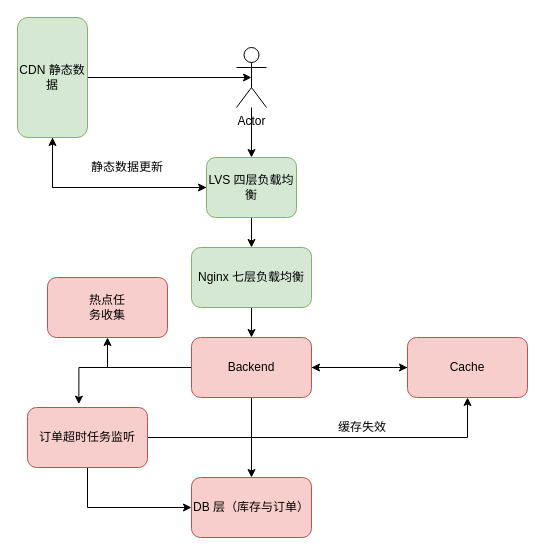
Before: 未命名绘图.drawio in TensShinet/AjaxToDo, a draw.io diagram. Source tidied: cells renumbered, new cells numbered last; positions are measured from the earlier drawing's top-left corner, leaving out a move shared by most shapes. Both pictures are drawn from the tidied source at 100%, with x=0, y=0 at pixel (17, 17).
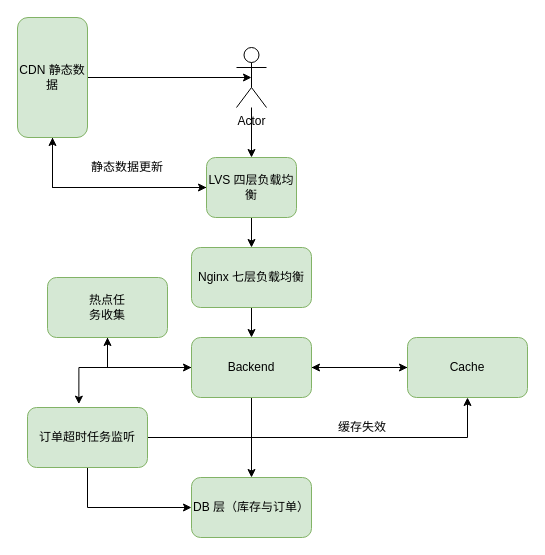
The same diagram, later.

Commit message (it also covers changes not shown here):
更新未命名绘图.drawio

Diff of the diagram source:
```diff
@@
-    <mxCell id="16" value="Backend" style="rounded=1;whiteSpace=wrap;html=1;fillColor=#f8cecc;strokeColor=#b85450;" parent="1" vertex="1">
+    <mxCell id="16" value="Backend" style="rounded=1;whiteSpace=wrap;html=1;fillColor=#d5e8d4;strokeColor=#82b366;" parent="1" vertex="1">
       <mxGeometry x="174" y="320" width="120" height="60" as="geometry" />
     </mxCell>
@@
-    <mxCell id="19" value="Cache" style="rounded=1;whiteSpace=wrap;html=1;fillColor=#f8cecc;strokeColor=#b85450;" parent="1" vertex="1">
+    <mxCell id="19" value="Cache" style="rounded=1;whiteSpace=wrap;html=1;fillColor=#d5e8d4;strokeColor=#82b366;" parent="1" vertex="1">
       <mxGeometry x="390" y="320" width="120" height="60" as="geometry" />
     </mxCell>
-    <mxCell id="20" value="DB 层（库存与订单）" style="rounded=1;whiteSpace=wrap;html=1;fillColor=#f8cecc;strokeColor=#b85450;" parent="1" vertex="1">
+    <mxCell id="20" value="DB 层（库存与订单）" style="rounded=1;whiteSpace=wrap;html=1;fillColor=#d5e8d4;strokeColor=#82b366;" parent="1" vertex="1">
       <mxGeometry x="174" y="460" width="120" height="60" as="geometry" />
     </mxCell>
@@
-    <mxCell id="23" value="订单超时任务监听" style="rounded=1;whiteSpace=wrap;html=1;fillColor=#f8cecc;strokeColor=#b85450;" parent="1" vertex="1">
+    <mxCell id="23" value="订单超时任务监听" style="rounded=1;whiteSpace=wrap;html=1;fillColor=#d5e8d4;strokeColor=#82b366;" parent="1" vertex="1">
       <mxGeometry x="10" y="390" width="120" height="60" as="geometry" />
     </mxCell>
@@
+    <mxCell id="27" style="edgeStyle=orthogonalEdgeStyle;rounded=0;jettySize=auto;html=1;exitX=0.5;exitY=1;exitDx=0;exitDy=0;entryX=0;entryY=0.5;entryDx=0;entryDy=0;" parent="1" edge="1" source="25" target="16">
+      <mxGeometry relative="1" as="geometry" />
+    </mxCell>
-    <mxCell id="25" style="rounded=1;whiteSpace=wrap;html=1;fillColor=#f8cecc;strokeColor=#b85450;" parent="1" vertex="1">
+    <mxCell id="25" style="rounded=1;whiteSpace=wrap;html=1;fillColor=#d5e8d4;strokeColor=#82b366;" parent="1" vertex="1">
       <mxGeometry x="30" y="260" width="120" height="60" as="geometry" />
     </mxCell>
```
